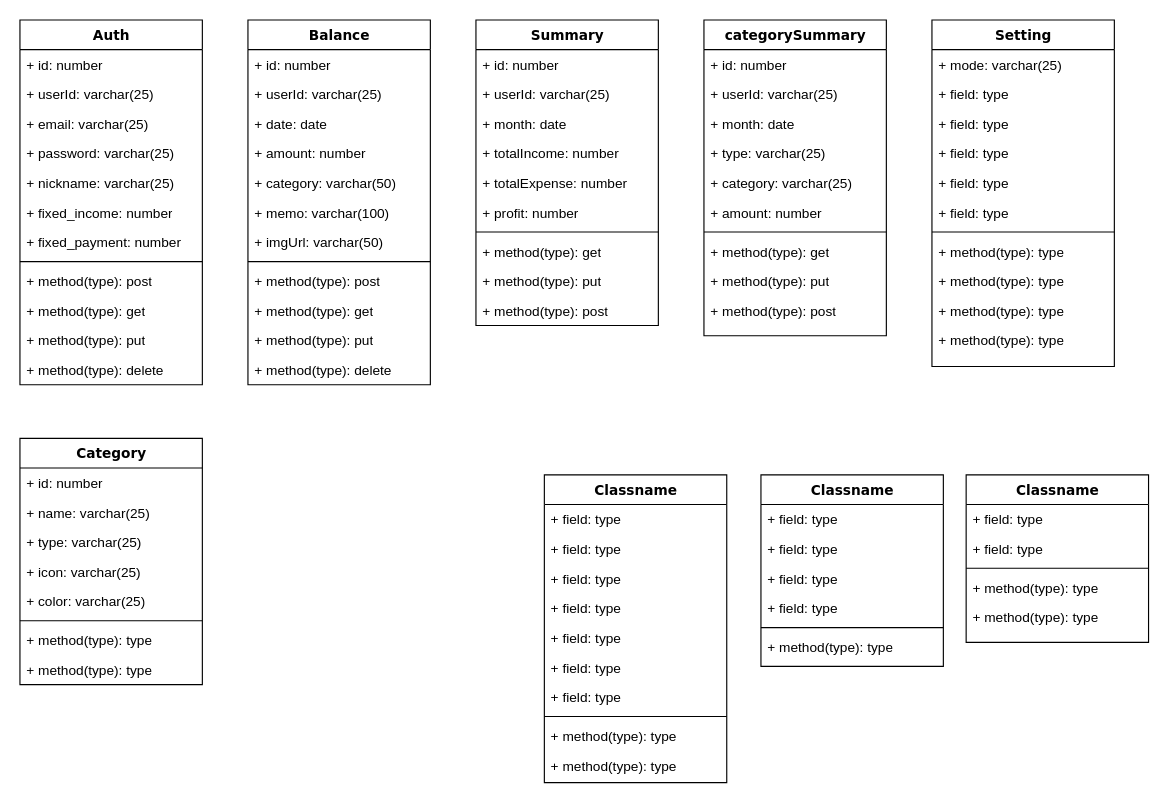
Above: 제목 없는 다이어그램.drawio in KB-samwamoney/samwamoney (draw.io), before the change. Source tidied: cells renumbered, new cells numbered last; positions are measured from the earlier drawing's top-left corner, leaving out a move shared by most shapes. Both pictures are drawn from the tidied source at 114%, with x=0, y=0 at pixel (19, 19).
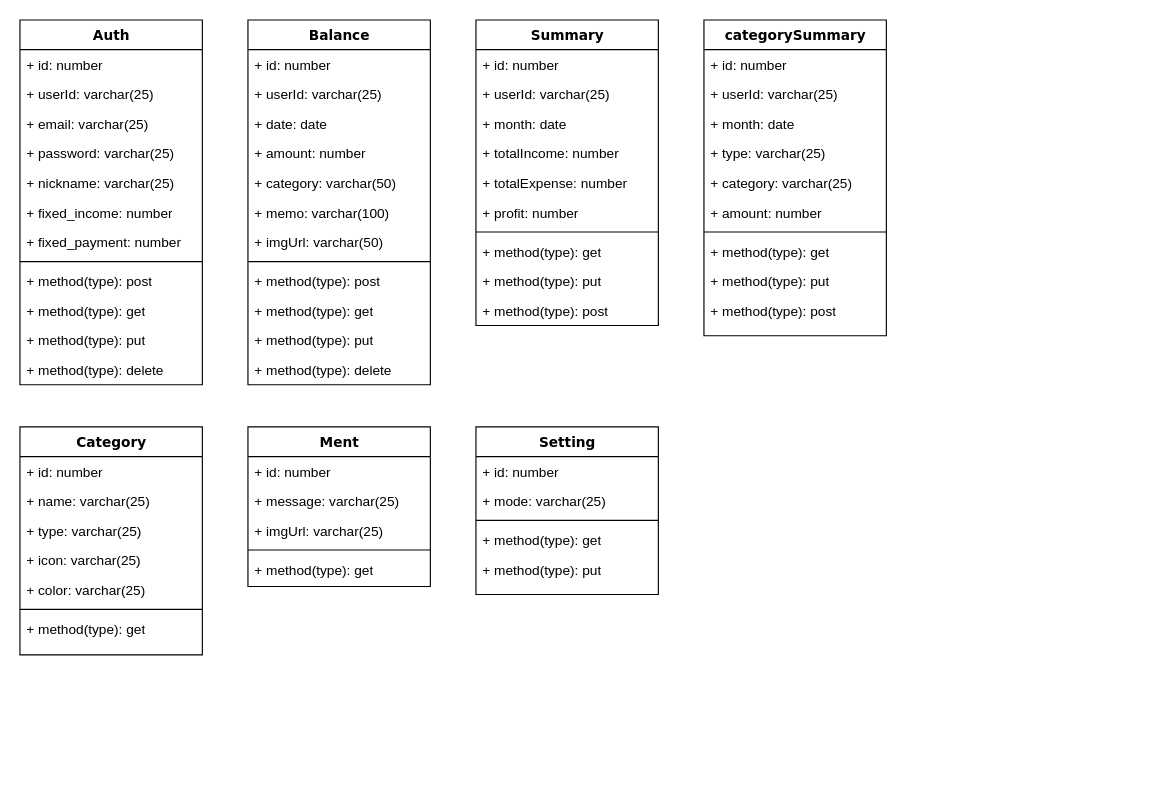
Above is the later version.

Commit message (it also covers changes not shown here):
제목 없는 다이어그램.drawio 업데이트

Change to the diagram source:
```diff
@@
     <mxCell id="50" value="Setting" style="swimlane;html=1;fontStyle=1;align=center;verticalAlign=top;horizontal=1;startSize=26;swimlaneFillColor=#ffffff;rounded=0;shadow=0;comic=0;labelBackgroundColor=none;strokeWidth=1;fillColor=none;fontFamily=Verdana;fontSize=12;" parent="1" vertex="1">
-      <mxGeometry x="800" width="160" height="304" as="geometry" />
+      <mxGeometry x="400" y="357" width="160" height="147" as="geometry" />
     </mxCell>
+    <mxCell id="95" value="+ id: number" style="text;html=1;strokeColor=none;fillColor=none;align=left;verticalAlign=top;spacingLeft=4;spacingRight=4;whiteSpace=wrap;overflow=hidden;" parent="50" vertex="1">
+      <mxGeometry y="26" width="160" height="26" as="geometry" />
+    </mxCell>
     <mxCell id="51" value="+ mode: varchar(25)" style="text;html=1;strokeColor=none;fillColor=none;align=left;verticalAlign=top;spacingLeft=4;spacingRight=4;whiteSpace=wrap;overflow=hidden;" parent="50" vertex="1">
-      <mxGeometry y="26" width="160" height="26" as="geometry" />
+      <mxGeometry y="52" width="160" height="26" as="geometry" />
     </mxCell>
-    <mxCell id="52" value="+ field: type" style="text;html=1;strokeColor=none;fillColor=none;align=left;verticalAlign=top;spacingLeft=4;spacingRight=4;whiteSpace=wrap;overflow=hidden;" parent="50" vertex="1">
-      <mxGeometry y="52" width="160" height="26" as="geometry" />
-    </mxCell>
-    <mxCell id="53" value="+ field: type" style="text;html=1;strokeColor=none;fillColor=none;align=left;verticalAlign=top;spacingLeft=4;spacingRight=4;whiteSpace=wrap;overflow=hidden;" parent="50" vertex="1">
-      <mxGeometry y="78" width="160" height="26" as="geometry" />
-    </mxCell>
-    <mxCell id="54" value="+ field: type" style="text;html=1;strokeColor=none;fillColor=none;align=left;verticalAlign=top;spacingLeft=4;spacingRight=4;whiteSpace=wrap;overflow=hidden;" parent="50" vertex="1">
-      <mxGeometry y="104" width="160" height="26" as="geometry" />
-    </mxCell>
-    <mxCell id="55" value="+ field: type" style="text;html=1;strokeColor=none;fillColor=none;align=left;verticalAlign=top;spacingLeft=4;spacingRight=4;whiteSpace=wrap;overflow=hidden;" parent="50" vertex="1">
-      <mxGeometry y="130" width="160" height="26" as="geometry" />
-    </mxCell>
-    <mxCell id="56" value="+ field: type" style="text;html=1;strokeColor=none;fillColor=none;align=left;verticalAlign=top;spacingLeft=4;spacingRight=4;whiteSpace=wrap;overflow=hidden;" parent="50" vertex="1">
-      <mxGeometry y="156" width="160" height="26" as="geometry" />
-    </mxCell>
     <mxCell id="57" style="line;html=1;strokeWidth=1;fillColor=none;align=left;verticalAlign=middle;spacingTop=-1;spacingLeft=3;spacingRight=3;labelPosition=right;" parent="50" vertex="1">
-      <mxGeometry y="182" width="160" height="8" as="geometry" />
+      <mxGeometry y="78" width="160" height="8" as="geometry" />
     </mxCell>
-    <mxCell id="58" value="+ method(type): type" style="text;html=1;strokeColor=none;fillColor=none;align=left;verticalAlign=top;spacingLeft=4;spacingRight=4;whiteSpace=wrap;overflow=hidden;" parent="50" vertex="1">
-      <mxGeometry y="190" width="160" height="26" as="geometry" />
+    <mxCell id="58" value="+ method(type): get" style="text;html=1;strokeColor=none;fillColor=none;align=left;verticalAlign=top;spacingLeft=4;spacingRight=4;whiteSpace=wrap;overflow=hidden;" parent="50" vertex="1">
+      <mxGeometry y="86" width="160" height="26" as="geometry" />
     </mxCell>
-    <mxCell id="59" value="+ method(type): type" style="text;html=1;strokeColor=none;fillColor=none;align=left;verticalAlign=top;spacingLeft=4;spacingRight=4;whiteSpace=wrap;overflow=hidden;" parent="50" vertex="1">
-      <mxGeometry y="216" width="160" height="26" as="geometry" />
+    <mxCell id="59" value="+ method(type): put" style="text;html=1;strokeColor=none;fillColor=none;align=left;verticalAlign=top;spacingLeft=4;spacingRight=4;whiteSpace=wrap;overflow=hidden;" parent="50" vertex="1">
+      <mxGeometry y="112" width="160" height="26" as="geometry" />
     </mxCell>
-    <mxCell id="60" value="+ method(type): type" style="text;html=1;strokeColor=none;fillColor=none;align=left;verticalAlign=top;spacingLeft=4;spacingRight=4;whiteSpace=wrap;overflow=hidden;" parent="50" vertex="1">
-      <mxGeometry y="242" width="160" height="26" as="geometry" />
-    </mxCell>
-    <mxCell id="61" value="+ method(type): type" style="text;html=1;strokeColor=none;fillColor=none;align=left;verticalAlign=top;spacingLeft=4;spacingRight=4;whiteSpace=wrap;overflow=hidden;" parent="50" vertex="1">
-      <mxGeometry y="268" width="160" height="26" as="geometry" />
-    </mxCell>
-    <mxCell id="62" value="Classname" style="swimlane;html=1;fontStyle=1;align=center;verticalAlign=top;horizontal=1;startSize=26;swimlaneFillColor=#ffffff;rounded=0;shadow=0;comic=0;labelBackgroundColor=none;strokeWidth=1;fillColor=none;fontFamily=Verdana;fontSize=12;" parent="1" vertex="1">
-      <mxGeometry x="460" y="399" width="160" height="270" as="geometry" />
+    <mxCell id="62" value="Ment" style="swimlane;html=1;fontStyle=1;align=center;verticalAlign=top;horizontal=1;startSize=26;swimlaneFillColor=#ffffff;rounded=0;shadow=0;comic=0;labelBackgroundColor=none;strokeWidth=1;fillColor=none;fontFamily=Verdana;fontSize=12;" parent="1" vertex="1">
+      <mxGeometry x="200" y="357" width="160" height="140" as="geometry" />
     </mxCell>
-    <mxCell id="63" value="+ field: type" style="text;html=1;strokeColor=none;fillColor=none;align=left;verticalAlign=top;spacingLeft=4;spacingRight=4;whiteSpace=wrap;overflow=hidden;" parent="62" vertex="1">
+    <mxCell id="63" value="+ id: number" style="text;html=1;strokeColor=none;fillColor=none;align=left;verticalAlign=top;spacingLeft=4;spacingRight=4;whiteSpace=wrap;overflow=hidden;" parent="62" vertex="1">
       <mxGeometry y="26" width="160" height="26" as="geometry" />
     </mxCell>
-    <mxCell id="64" value="+ field: type" style="text;html=1;strokeColor=none;fillColor=none;align=left;verticalAlign=top;spacingLeft=4;spacingRight=4;whiteSpace=wrap;overflow=hidden;" parent="62" vertex="1">
-      <mxGeometry y="52" width="160" height="26" as="geometry" />
-    </mxCell>
-    <mxCell id="65" value="+ field: type" style="text;html=1;strokeColor=none;fillColor=none;align=left;verticalAlign=top;spacingLeft=4;spacingRight=4;whiteSpace=wrap;overflow=hidden;" parent="62" vertex="1">
-      <mxGeometry y="78" width="160" height="26" as="geometry" />
+    <mxCell id="65" value="+ message: varchar(25)" style="text;html=1;strokeColor=none;fillColor=none;align=left;verticalAlign=top;spacingLeft=4;spacingRight=4;whiteSpace=wrap;overflow=hidden;" parent="62" vertex="1">
+      <mxGeometry y="52" width="160" height="26" as="geometry" />
     </mxCell>
-    <mxCell id="66" value="+ field: type" style="text;html=1;strokeColor=none;fillColor=none;align=left;verticalAlign=top;spacingLeft=4;spacingRight=4;whiteSpace=wrap;overflow=hidden;" parent="62" vertex="1">
-      <mxGeometry y="104" width="160" height="26" as="geometry" />
-    </mxCell>
-    <mxCell id="67" value="+ field: type" style="text;html=1;strokeColor=none;fillColor=none;align=left;verticalAlign=top;spacingLeft=4;spacingRight=4;whiteSpace=wrap;overflow=hidden;" parent="62" vertex="1">
-      <mxGeometry y="130" width="160" height="26" as="geometry" />
-    </mxCell>
-    <mxCell id="68" value="+ field: type" style="text;html=1;strokeColor=none;fillColor=none;align=left;verticalAlign=top;spacingLeft=4;spacingRight=4;whiteSpace=wrap;overflow=hidden;" parent="62" vertex="1">
-      <mxGeometry y="156" width="160" height="26" as="geometry" />
-    </mxCell>
-    <mxCell id="69" value="+ field: type" style="text;html=1;strokeColor=none;fillColor=none;align=left;verticalAlign=top;spacingLeft=4;spacingRight=4;whiteSpace=wrap;overflow=hidden;" parent="62" vertex="1">
-      <mxGeometry y="182" width="160" height="26" as="geometry" />
-    </mxCell>
+    <mxCell id="96" value="+ imgUrl: varchar(25)" style="text;html=1;strokeColor=none;fillColor=none;align=left;verticalAlign=top;spacingLeft=4;spacingRight=4;whiteSpace=wrap;overflow=hidden;" parent="62" vertex="1">
+      <mxGeometry y="78" width="160" height="26" as="geometry" />
+    </mxCell>
     <mxCell id="70" style="line;html=1;strokeWidth=1;fillColor=none;align=left;verticalAlign=middle;spacingTop=-1;spacingLeft=3;spacingRight=3;labelPosition=right;" parent="62" vertex="1">
-      <mxGeometry y="208" width="160" height="8" as="geometry" />
+      <mxGeometry y="104" width="160" height="8" as="geometry" />
     </mxCell>
-    <mxCell id="71" value="+ method(type): type" style="text;html=1;strokeColor=none;fillColor=none;align=left;verticalAlign=top;spacingLeft=4;spacingRight=4;whiteSpace=wrap;overflow=hidden;" parent="62" vertex="1">
-      <mxGeometry y="216" width="160" height="26" as="geometry" />
+    <mxCell id="71" value="+ method(type): get" style="text;html=1;strokeColor=none;fillColor=none;align=left;verticalAlign=top;spacingLeft=4;spacingRight=4;whiteSpace=wrap;overflow=hidden;" parent="62" vertex="1">
+      <mxGeometry y="112" width="160" height="26" as="geometry" />
     </mxCell>
-    <mxCell id="72" value="+ method(type): type" style="text;html=1;strokeColor=none;fillColor=none;align=left;verticalAlign=top;spacingLeft=4;spacingRight=4;whiteSpace=wrap;overflow=hidden;" parent="62" vertex="1">
-      <mxGeometry y="242" width="160" height="26" as="geometry" />
-    </mxCell>
-    <mxCell id="73" value="Classname" style="swimlane;html=1;fontStyle=1;align=center;verticalAlign=top;horizontal=1;startSize=26;swimlaneFillColor=#ffffff;rounded=0;shadow=0;comic=0;labelBackgroundColor=none;strokeWidth=1;fillColor=none;fontFamily=Verdana;fontSize=12;" parent="1" vertex="1">
-      <mxGeometry x="650" y="399" width="160" height="168" as="geometry" />
-    </mxCell>
-    <mxCell id="74" value="+ field: type" style="text;html=1;strokeColor=none;fillColor=none;align=left;verticalAlign=top;spacingLeft=4;spacingRight=4;whiteSpace=wrap;overflow=hidden;" parent="73" vertex="1">
-      <mxGeometry y="26" width="160" height="26" as="geometry" />
-    </mxCell>
-    <mxCell id="75" value="+ field: type" style="text;html=1;strokeColor=none;fillColor=none;align=left;verticalAlign=top;spacingLeft=4;spacingRight=4;whiteSpace=wrap;overflow=hidden;" parent="73" vertex="1">
-      <mxGeometry y="52" width="160" height="26" as="geometry" />
-    </mxCell>
-    <mxCell id="76" value="+ field: type" style="text;html=1;strokeColor=none;fillColor=none;align=left;verticalAlign=top;spacingLeft=4;spacingRight=4;whiteSpace=wrap;overflow=hidden;" parent="73" vertex="1">
-      <mxGeometry y="78" width="160" height="26" as="geometry" />
-    </mxCell>
-    <mxCell id="77" value="+ field: type" style="text;html=1;strokeColor=none;fillColor=none;align=left;verticalAlign=top;spacingLeft=4;spacingRight=4;whiteSpace=wrap;overflow=hidden;" parent="73" vertex="1">
-      <mxGeometry y="104" width="160" height="26" as="geometry" />
-    </mxCell>
-    <mxCell id="78" style="line;html=1;strokeWidth=1;fillColor=none;align=left;verticalAlign=middle;spacingTop=-1;spacingLeft=3;spacingRight=3;labelPosition=right;" parent="73" vertex="1">
-      <mxGeometry y="130" width="160" height="8" as="geometry" />
-    </mxCell>
-    <mxCell id="79" value="+ method(type): type" style="text;html=1;strokeColor=none;fillColor=none;align=left;verticalAlign=top;spacingLeft=4;spacingRight=4;whiteSpace=wrap;overflow=hidden;" parent="73" vertex="1">
-      <mxGeometry y="138" width="160" height="26" as="geometry" />
-    </mxCell>
-    <mxCell id="80" value="Classname" style="swimlane;html=1;fontStyle=1;align=center;verticalAlign=top;horizontal=1;startSize=26;swimlaneFillColor=#ffffff;rounded=0;shadow=0;comic=0;labelBackgroundColor=none;strokeWidth=1;fillColor=none;fontFamily=Verdana;fontSize=12;" parent="1" vertex="1">
-      <mxGeometry x="830" y="399" width="160" height="147" as="geometry" />
-    </mxCell>
-    <mxCell id="81" value="+ field: type" style="text;html=1;strokeColor=none;fillColor=none;align=left;verticalAlign=top;spacingLeft=4;spacingRight=4;whiteSpace=wrap;overflow=hidden;" parent="80" vertex="1">
-      <mxGeometry y="26" width="160" height="26" as="geometry" />
-    </mxCell>
-    <mxCell id="82" value="+ field: type" style="text;html=1;strokeColor=none;fillColor=none;align=left;verticalAlign=top;spacingLeft=4;spacingRight=4;whiteSpace=wrap;overflow=hidden;" parent="80" vertex="1">
-      <mxGeometry y="52" width="160" height="26" as="geometry" />
-    </mxCell>
-    <mxCell id="83" style="line;html=1;strokeWidth=1;fillColor=none;align=left;verticalAlign=middle;spacingTop=-1;spacingLeft=3;spacingRight=3;labelPosition=right;" parent="80" vertex="1">
-      <mxGeometry y="78" width="160" height="8" as="geometry" />
-    </mxCell>
-    <mxCell id="84" value="+ method(type): type" style="text;html=1;strokeColor=none;fillColor=none;align=left;verticalAlign=top;spacingLeft=4;spacingRight=4;whiteSpace=wrap;overflow=hidden;" parent="80" vertex="1">
-      <mxGeometry y="86" width="160" height="26" as="geometry" />
-    </mxCell>
-    <mxCell id="85" value="+ method(type): type" style="text;html=1;strokeColor=none;fillColor=none;align=left;verticalAlign=top;spacingLeft=4;spacingRight=4;whiteSpace=wrap;overflow=hidden;" parent="80" vertex="1">
-      <mxGeometry y="112" width="160" height="26" as="geometry" />
-    </mxCell>
     <mxCell id="86" value="Category" style="swimlane;html=1;fontStyle=1;align=center;verticalAlign=top;horizontal=1;startSize=26;swimlaneFillColor=#ffffff;rounded=0;shadow=0;comic=0;labelBackgroundColor=none;strokeWidth=1;fillColor=none;fontFamily=Verdana;fontSize=12;" parent="1" vertex="1">
-      <mxGeometry y="367" width="160" height="216" as="geometry" />
+      <mxGeometry y="357" width="160" height="200" as="geometry" />
     </mxCell>
@@
-    <mxCell id="93" value="+ method(type): type" style="text;html=1;strokeColor=none;fillColor=none;align=left;verticalAlign=top;spacingLeft=4;spacingRight=4;whiteSpace=wrap;overflow=hidden;" parent="86" vertex="1">
+    <mxCell id="93" value="+ method(type): get" style="text;html=1;strokeColor=none;fillColor=none;align=left;verticalAlign=top;spacingLeft=4;spacingRight=4;whiteSpace=wrap;overflow=hidden;" parent="86" vertex="1">
       <mxGeometry y="164" width="160" height="26" as="geometry" />
     </mxCell>
-    <mxCell id="94" value="+ method(type): type" style="text;html=1;strokeColor=none;fillColor=none;align=left;verticalAlign=top;spacingLeft=4;spacingRight=4;whiteSpace=wrap;overflow=hidden;" parent="86" vertex="1">
-      <mxGeometry y="190" width="160" height="26" as="geometry" />
-    </mxCell>
```
